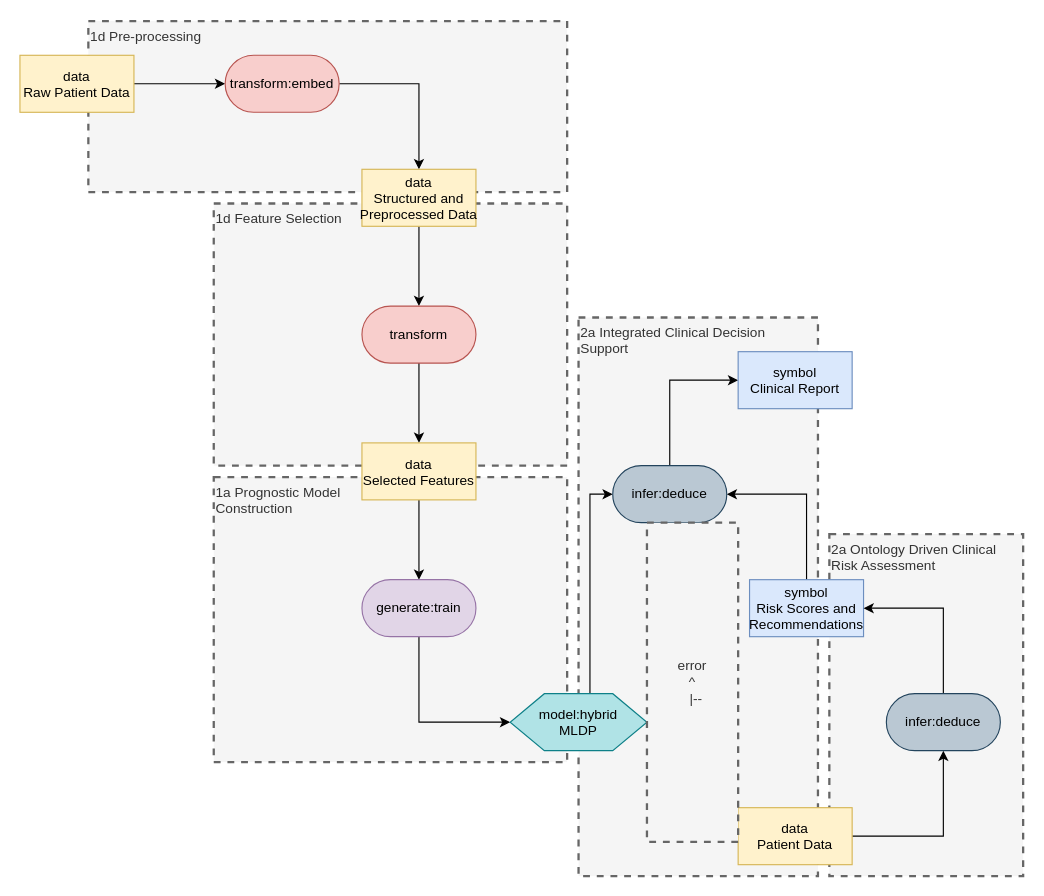
This is page "Page-1" (1 of 2) of medical patterns to boxologies/Rule-Based Method pre-processes input data for ML Prediction (RBML)/A Novel Ontology and Machine Learning Inspired Hybrid Cardiovascular Decision Support Framework.drawio from zonnesmit/thesis, a draw.io file, before an edit. Source tidied: cells renumbered, new cells numbered last; positions are measured from the earlier drawing's top-left corner, leaving out a move shared by most shapes. Both pictures are drawn from the tidied source at 114%, with x=0, y=0 at pixel (19, 21).
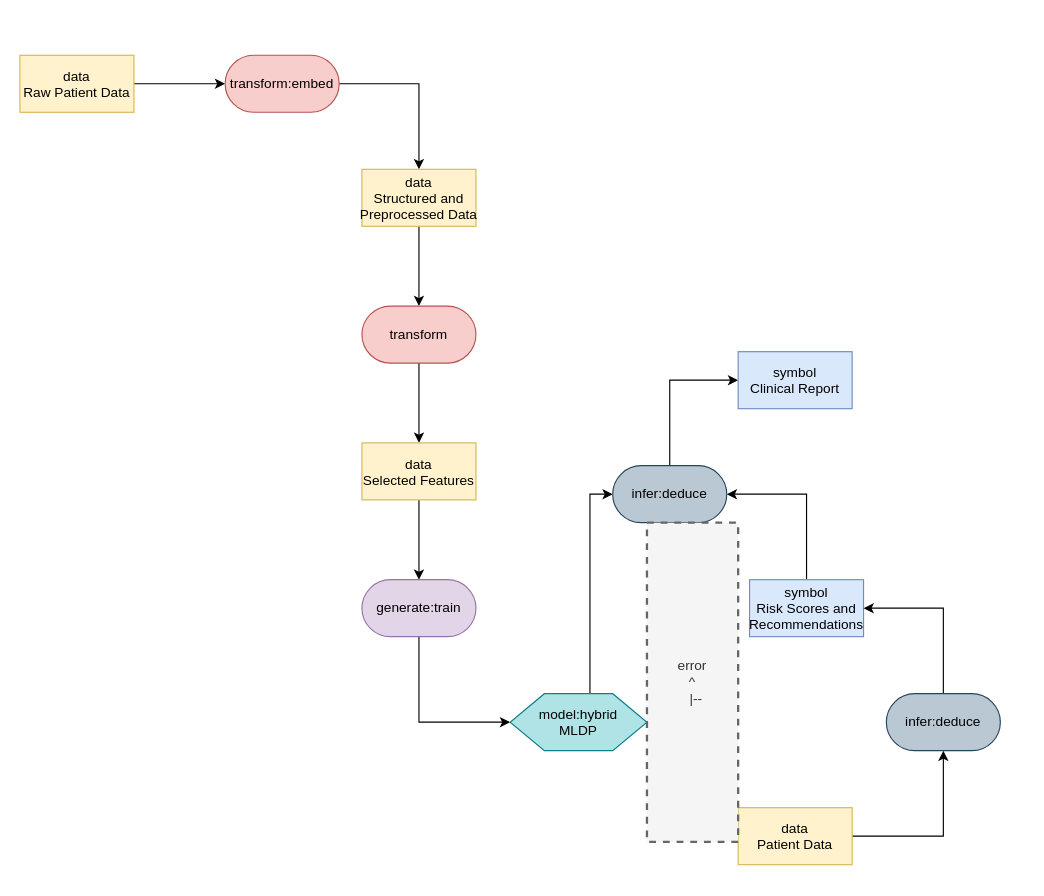
After the change.

What changed in the source:
```diff
@@
-    <mxCell id="2" value="2a Ontology Driven Clinical Risk Assessment" style="text;html=1;align=left;verticalAlign=top;whiteSpace=wrap;rounded=0;dashed=1;fillColor=#f5f5f5;fontColor=#333333;strokeColor=#666666;strokeWidth=2;" parent="1" vertex="1">
-      <mxGeometry x="710" y="450" width="170" height="300" as="geometry" />
-    </mxCell>
-    <mxCell id="3" value="&lt;div&gt;2a Integrated Clinical Decision&lt;/div&gt;&lt;div&gt;Support&lt;/div&gt;" style="text;html=1;align=left;verticalAlign=top;whiteSpace=wrap;rounded=0;dashed=1;fillColor=#f5f5f5;fontColor=#333333;strokeColor=#666666;strokeWidth=2;" parent="1" vertex="1">
-      <mxGeometry x="490" y="260" width="210" height="490" as="geometry" />
-    </mxCell>
-    <mxCell id="4" value="&lt;div&gt;1a Prognostic Model&lt;/div&gt;&lt;div&gt;Construction&lt;/div&gt;" style="text;html=1;align=left;verticalAlign=top;whiteSpace=wrap;rounded=0;dashed=1;fillColor=#f5f5f5;fontColor=#333333;strokeColor=#666666;strokeWidth=2;" parent="1" vertex="1">
-      <mxGeometry x="170" y="400" width="310" height="250" as="geometry" />
-    </mxCell>
-    <mxCell id="5" value="1d Feature Selection" style="text;html=1;align=left;verticalAlign=top;whiteSpace=wrap;rounded=0;dashed=1;fillColor=#f5f5f5;fontColor=#333333;strokeColor=#666666;strokeWidth=2;" parent="1" vertex="1">
-      <mxGeometry x="170" y="160" width="310" height="230" as="geometry" />
-    </mxCell>
-    <mxCell id="6" value="1d Pre-processing" style="text;html=1;align=left;verticalAlign=top;whiteSpace=wrap;rounded=0;dashed=1;fillColor=#f5f5f5;fontColor=#333333;strokeColor=#666666;strokeWidth=2;" parent="1" vertex="1">
-      <mxGeometry x="60" width="420" height="150" as="geometry" />
-    </mxCell>
```
